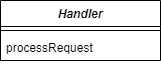
The draw.io diagram diagram.drawio.png in xiangxiang3451/OOAP_03, before a commit. Source tidied: cells renumbered, new cells last; positions are measured from the earlier drawing's top-left corner, leaving out a move shared by most shapes.
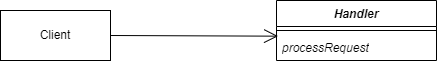
Later version of the same file.

Change to the diagram source:
```diff
@@ -8,8 +8,14 @@
     <mxCell id="3" style="line;strokeWidth=1;fillColor=none;align=left;verticalAlign=middle;spacingTop=-1;spacingLeft=3;spacingRight=3;labelPosition=right;strokeColor=inherit;" parent="2" vertex="1">
       <mxGeometry y="26" width="160" height="8" as="geometry" />
     </mxCell>
-    <mxCell id="4" value="processRequest" style="text;strokeColor=none;fillColor=none;align=left;verticalAlign=top;spacingLeft=4;spacingRight=4;overflow=hidden;points=[[0,0.5],[1,0.5]];portConstraint=eastwest;whiteSpace=wrap;html=1;" parent="2" vertex="1">
+    <mxCell id="4" value="&lt;i&gt;processRequest&lt;/i&gt;" style="text;strokeColor=none;fillColor=none;align=left;verticalAlign=top;spacingLeft=4;spacingRight=4;overflow=hidden;points=[[0,0.5],[1,0.5]];portConstraint=eastwest;whiteSpace=wrap;html=1;" parent="2" vertex="1">
       <mxGeometry y="34" width="160" height="26" as="geometry" />
     </mxCell>
+    <mxCell id="5" value="Client" style="html=1;whiteSpace=wrap;" parent="1" vertex="1">
+      <mxGeometry x="-276" y="10" width="110" height="50" as="geometry" />
+    </mxCell>
+    <mxCell id="6" style="endArrow=open;endFill=1;endSize=12;html=1;rounded=0;fontSize=12;curved=1;entryX=0.01;entryY=0.064;entryDx=0;entryDy=0;entryPerimeter=0;exitX=1;exitY=0.5;exitDx=0;exitDy=0;" parent="1" edge="1" source="5" target="4">
+      <mxGeometry relative="1" as="geometry" />
+    </mxCell>
   </root>
 </mxGraphModel>
```
